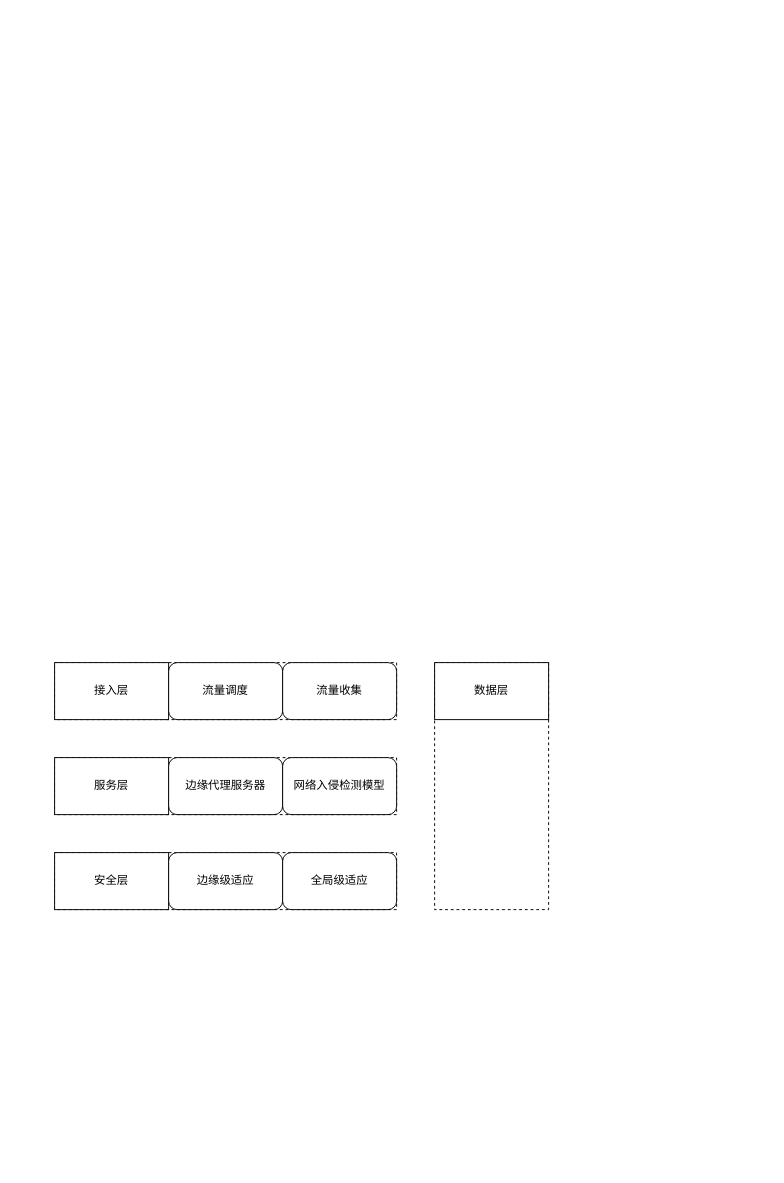
The draw.io diagram 毕业论文5-1.drawio in weyg0/Diagrams, before the edit. Source tidied: cells renumbered, new cells numbered last; positions are measured from the earlier drawing's top-left corner, leaving out a move shared by most shapes. Both pictures are drawn from the tidied source at 95%, with x=0, y=0 at pixel (54, 662).
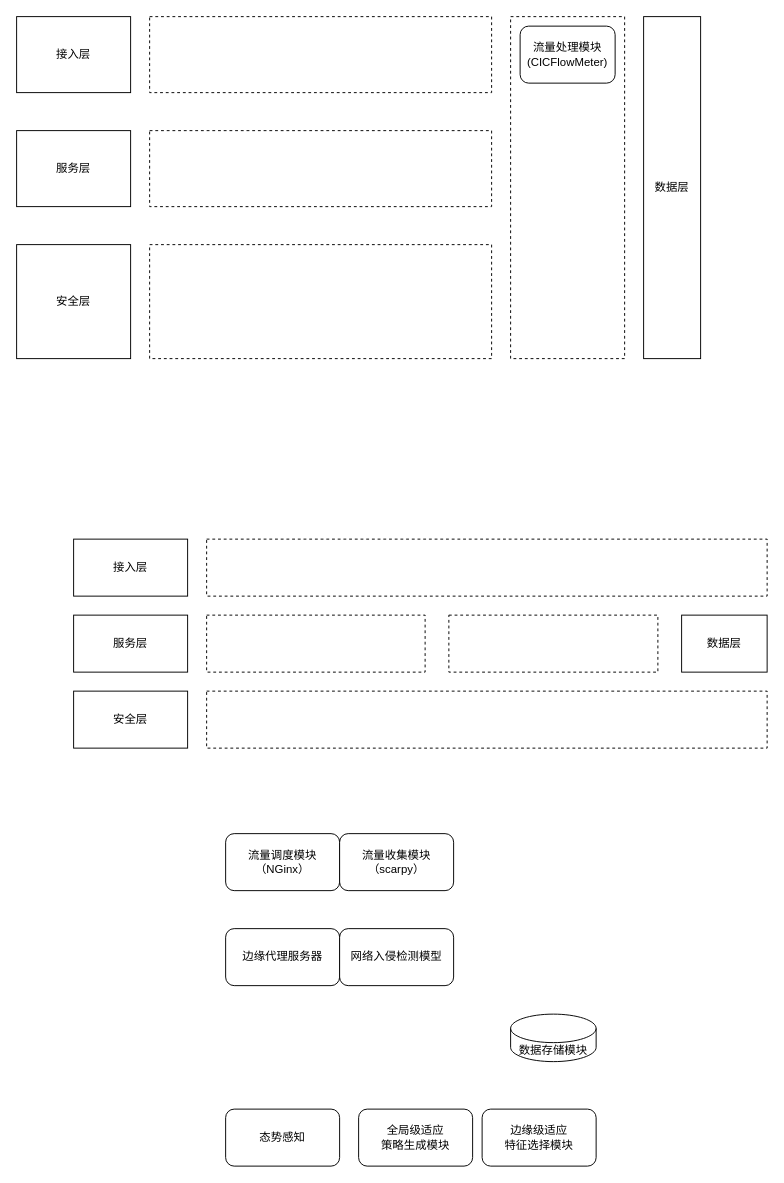
Above is the later version.

Commit message (it also covers changes not shown here):
更新毕业论文5-1.drawio

Change to the diagram source:
```diff
@@
     <mxCell id="2" style="rounded=0;whiteSpace=wrap;html=1;dashed=1;" parent="1" vertex="1">
-      <mxGeometry width="360" height="60" as="geometry" />
+      <mxGeometry x="100" y="-680" width="360" height="80" as="geometry" />
     </mxCell>
     <mxCell id="3" value="接入层" style="rounded=0;whiteSpace=wrap;html=1;" parent="1" vertex="1">
-      <mxGeometry width="120" height="60" as="geometry" />
+      <mxGeometry x="-40" y="-680" width="120" height="80" as="geometry" />
     </mxCell>
     <mxCell id="4" style="rounded=0;whiteSpace=wrap;html=1;dashed=1;" parent="1" vertex="1">
-      <mxGeometry y="100" width="360" height="60" as="geometry" />
+      <mxGeometry x="100" y="-560" width="360" height="80" as="geometry" />
     </mxCell>
     <mxCell id="5" style="rounded=0;whiteSpace=wrap;html=1;dashed=1;" parent="1" vertex="1">
-      <mxGeometry y="200" width="360" height="60" as="geometry" />
+      <mxGeometry x="100" y="-440" width="360" height="120" as="geometry" />
     </mxCell>
     <mxCell id="6" style="rounded=0;whiteSpace=wrap;html=1;dashed=1;" parent="1" vertex="1">
-      <mxGeometry x="400" width="120" height="260" as="geometry" />
+      <mxGeometry x="480" y="-680" width="120" height="360" as="geometry" />
     </mxCell>
     <mxCell id="7" value="服务层" style="rounded=0;whiteSpace=wrap;html=1;" parent="1" vertex="1">
-      <mxGeometry y="100" width="120" height="60" as="geometry" />
+      <mxGeometry x="-40" y="-560" width="120" height="80" as="geometry" />
     </mxCell>
     <mxCell id="8" value="安全层" style="rounded=0;whiteSpace=wrap;html=1;" parent="1" vertex="1">
-      <mxGeometry y="200" width="120" height="60" as="geometry" />
+      <mxGeometry x="-40" y="-440" width="120" height="120" as="geometry" />
     </mxCell>
     <mxCell id="9" value="数据层" style="rounded=0;whiteSpace=wrap;html=1;" parent="1" vertex="1">
-      <mxGeometry x="400" width="120" height="60" as="geometry" />
+      <mxGeometry x="620" y="-680" width="60" height="360" as="geometry" />
     </mxCell>
-    <mxCell id="10" value="边缘级适应" style="rounded=1;whiteSpace=wrap;html=1;" parent="1" vertex="1">
-      <mxGeometry x="120" y="200" width="120" height="60" as="geometry" />
+    <mxCell id="10" value="边缘级适应&lt;div&gt;特征选择模块&lt;/div&gt;" style="rounded=1;whiteSpace=wrap;html=1;" parent="1" vertex="1">
+      <mxGeometry x="450" y="470" width="120" height="60" as="geometry" />
     </mxCell>
-    <mxCell id="11" value="全局级适应" style="rounded=1;whiteSpace=wrap;html=1;" parent="1" vertex="1">
-      <mxGeometry x="240" y="200" width="120" height="60" as="geometry" />
+    <mxCell id="11" value="全局级适应&lt;div&gt;策略生成模块&lt;/div&gt;" style="rounded=1;whiteSpace=wrap;html=1;" parent="1" vertex="1">
+      <mxGeometry x="320" y="470" width="120" height="60" as="geometry" />
     </mxCell>
     <mxCell id="12" value="边缘代理服务器" style="rounded=1;whiteSpace=wrap;html=1;" parent="1" vertex="1">
-      <mxGeometry x="120" y="100" width="120" height="60" as="geometry" />
+      <mxGeometry x="180" y="280" width="120" height="60" as="geometry" />
     </mxCell>
     <mxCell id="13" value="网络入侵检测模型" style="rounded=1;whiteSpace=wrap;html=1;" parent="1" vertex="1">
-      <mxGeometry x="240" y="100" width="120" height="60" as="geometry" />
+      <mxGeometry x="300" y="280" width="120" height="60" as="geometry" />
     </mxCell>
-    <mxCell id="14" value="流量调度" style="rounded=1;whiteSpace=wrap;html=1;" parent="1" vertex="1">
-      <mxGeometry x="120" width="120" height="60" as="geometry" />
+    <mxCell id="14" value="流量调度模块&lt;div&gt;（NGinx）&lt;/div&gt;" style="rounded=1;whiteSpace=wrap;html=1;" parent="1" vertex="1">
+      <mxGeometry x="180" y="180" width="120" height="60" as="geometry" />
     </mxCell>
-    <mxCell id="15" value="流量收集" style="rounded=1;whiteSpace=wrap;html=1;" parent="1" vertex="1">
-      <mxGeometry x="240" width="120" height="60" as="geometry" />
+    <mxCell id="15" value="流量收集模块&lt;div&gt;（scarpy）&lt;/div&gt;" style="rounded=1;whiteSpace=wrap;html=1;" parent="1" vertex="1">
+      <mxGeometry x="300" y="180" width="120" height="60" as="geometry" />
     </mxCell>
+    <mxCell id="16" value="流量处理模块&lt;br&gt;(CICFlowMeter)" style="rounded=1;whiteSpace=wrap;html=1;" parent="1" vertex="1">
+      <mxGeometry x="490" y="-670" width="100" height="60" as="geometry" />
+    </mxCell>
+    <mxCell id="17" value="态势感知" style="rounded=1;whiteSpace=wrap;html=1;" parent="1" vertex="1">
+      <mxGeometry x="180" y="470" width="120" height="60" as="geometry" />
+    </mxCell>
+    <mxCell id="18" value="数据存储模块" style="shape=cylinder3;whiteSpace=wrap;html=1;boundedLbl=1;backgroundOutline=1;size=15;" parent="1" vertex="1">
+      <mxGeometry x="480" y="370" width="90" height="50" as="geometry" />
+    </mxCell>
+    <mxCell id="19" style="rounded=0;whiteSpace=wrap;html=1;dashed=1;" parent="1" vertex="1">
+      <mxGeometry x="160" y="-130" width="590" height="60" as="geometry" />
+    </mxCell>
+    <mxCell id="20" value="接入层" style="rounded=0;whiteSpace=wrap;html=1;" parent="1" vertex="1">
+      <mxGeometry x="20" y="-130" width="120" height="60" as="geometry" />
+    </mxCell>
+    <mxCell id="21" style="rounded=0;whiteSpace=wrap;html=1;dashed=1;" parent="1" vertex="1">
+      <mxGeometry x="160" y="-50" width="230" height="60" as="geometry" />
+    </mxCell>
+    <mxCell id="22" style="rounded=0;whiteSpace=wrap;html=1;dashed=1;" parent="1" vertex="1">
+      <mxGeometry x="160" y="30" width="590" height="60" as="geometry" />
+    </mxCell>
+    <mxCell id="23" style="rounded=0;whiteSpace=wrap;html=1;dashed=1;" parent="1" vertex="1">
+      <mxGeometry x="415" y="-50" width="220" height="60" as="geometry" />
+    </mxCell>
+    <mxCell id="24" value="服务层" style="rounded=0;whiteSpace=wrap;html=1;" parent="1" vertex="1">
+      <mxGeometry x="20" y="-50" width="120" height="60" as="geometry" />
+    </mxCell>
+    <mxCell id="25" value="安全层" style="rounded=0;whiteSpace=wrap;html=1;" parent="1" vertex="1">
+      <mxGeometry x="20" y="30" width="120" height="60" as="geometry" />
+    </mxCell>
+    <mxCell id="26" value="数据层" style="rounded=0;whiteSpace=wrap;html=1;" parent="1" vertex="1">
+      <mxGeometry x="660" y="-50" width="90" height="60" as="geometry" />
+    </mxCell>
```
